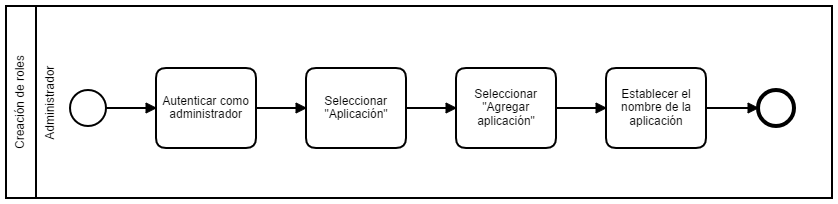
This is configuracion/imagenes/creacion_aplicacion_nodo.png from udistrital/arquitectura_docs, a BPMN export, as it was before one commit. Its source is kept beside it as configuracion/imagenes/creacion_aplicacion_nodo.bpmn. Ids are renumbered. Source of this version:
```xml
<bpmn:definitions xmlns:bpmn="http://www.omg.org/spec/BPMN/20100524/MODEL" xmlns:bpmndi="http://www.omg.org/spec/BPMN/20100524/DI" xmlns:di="http://www.omg.org/spec/DD/20100524/DI" xmlns:dc="http://www.omg.org/spec/DD/20100524/DC" id="Definitions_n1" targetNamespace="http://bpmn.io/schema/bpmn" exporter="Camunda Modeler" exporterVersion="1.14.0">
  <bpmn:collaboration id="Collaboration_n2">
    <bpmn:participant id="Participant_n3" name="Creación de roles" processRef="Process_1" />
  </bpmn:collaboration>
  <bpmn:process id="Process_1" isExecutable="true">
    <bpmn:laneSet>
      <bpmn:lane id="Lane_n4" name="Administrador">
        <bpmn:flowNodeRef>StartEvent_n5</bpmn:flowNodeRef>
        <bpmn:flowNodeRef>Task_n6</bpmn:flowNodeRef>
        <bpmn:flowNodeRef>Task_n7</bpmn:flowNodeRef>
        <bpmn:flowNodeRef>Task_n8</bpmn:flowNodeRef>
        <bpmn:flowNodeRef>Task_n9</bpmn:flowNodeRef>
        <bpmn:flowNodeRef>EndEvent_n10</bpmn:flowNodeRef>
      </bpmn:lane>
    </bpmn:laneSet>
    <bpmn:startEvent id="StartEvent_n5">
      <bpmn:outgoing>SequenceFlow_n11</bpmn:outgoing>
    </bpmn:startEvent>
    <bpmn:task id="Task_n6" name="Autenticar como administrador">
      <bpmn:incoming>SequenceFlow_n11</bpmn:incoming>
      <bpmn:outgoing>SequenceFlow_n12</bpmn:outgoing>
    </bpmn:task>
    <bpmn:task id="Task_n7" name="Seleccionar &#34;Aplicación&#34;">
      <bpmn:incoming>SequenceFlow_n12</bpmn:incoming>
      <bpmn:outgoing>SequenceFlow_n13</bpmn:outgoing>
    </bpmn:task>
    <bpmn:task id="Task_n8" name="Seleccionar &#34;Agregar aplicación&#34;">
      <bpmn:incoming>SequenceFlow_n13</bpmn:incoming>
      <bpmn:outgoing>SequenceFlow_n14</bpmn:outgoing>
    </bpmn:task>
    <bpmn:task id="Task_n9" name="Establecer el nombre de la aplicación">
      <bpmn:incoming>SequenceFlow_n14</bpmn:incoming>
      <bpmn:outgoing>SequenceFlow_n15</bpmn:outgoing>
    </bpmn:task>
    <bpmn:sequenceFlow id="SequenceFlow_n11" sourceRef="StartEvent_n5" targetRef="Task_n6" />
    <bpmn:sequenceFlow id="SequenceFlow_n12" sourceRef="Task_n6" targetRef="Task_n7" />
    <bpmn:sequenceFlow id="SequenceFlow_n13" sourceRef="Task_n7" targetRef="Task_n8" />
    <bpmn:sequenceFlow id="SequenceFlow_n14" sourceRef="Task_n8" targetRef="Task_n9" />
    <bpmn:sequenceFlow id="SequenceFlow_n15" sourceRef="Task_n9" targetRef="EndEvent_n10" />
    <bpmn:endEvent id="EndEvent_n10">
      <bpmn:incoming>SequenceFlow_n15</bpmn:incoming>
    </bpmn:endEvent>
  </bpmn:process>
  <bpmndi:BPMNDiagram id="BPMNDiagram_1">
    <bpmndi:BPMNPlane id="BPMNPlane_1" bpmnElement="Collaboration_n2">
      <bpmndi:BPMNShape id="Participant_n3_di" bpmnElement="Participant_n3">
        <dc:Bounds x="28" y="96" width="826" height="192" />
      </bpmndi:BPMNShape>
      <bpmndi:BPMNShape id="Lane_n4_di" bpmnElement="Lane_n4">
        <dc:Bounds x="58" y="96" width="796" height="192" />
      </bpmndi:BPMNShape>
      <bpmndi:BPMNShape id="StartEvent_n5_di" bpmnElement="StartEvent_n5">
        <dc:Bounds x="92" y="180" width="36" height="36" />
        <bpmndi:BPMNLabel>
          <dc:Bounds x="65" y="216" width="0" height="12" />
        </bpmndi:BPMNLabel>
      </bpmndi:BPMNShape>
      <bpmndi:BPMNShape id="Task_n6_di" bpmnElement="Task_n6">
        <dc:Bounds x="178" y="158" width="100" height="80" />
      </bpmndi:BPMNShape>
      <bpmndi:BPMNShape id="Task_n7_di" bpmnElement="Task_n7">
        <dc:Bounds x="328" y="158" width="100" height="80" />
      </bpmndi:BPMNShape>
      <bpmndi:BPMNShape id="Task_n8_di" bpmnElement="Task_n8">
        <dc:Bounds x="478" y="158" width="100" height="80" />
      </bpmndi:BPMNShape>
      <bpmndi:BPMNShape id="Task_n9_di" bpmnElement="Task_n9">
        <dc:Bounds x="628" y="158" width="100" height="80" />
      </bpmndi:BPMNShape>
      <bpmndi:BPMNShape id="EndEvent_n10_di" bpmnElement="EndEvent_n10">
        <dc:Bounds x="780" y="180" width="36" height="36" />
        <bpmndi:BPMNLabel>
          <dc:Bounds x="753" y="220" width="90" height="12" />
        </bpmndi:BPMNLabel>
      </bpmndi:BPMNShape>
      <bpmndi:BPMNEdge id="SequenceFlow_n11_di" bpmnElement="SequenceFlow_n11">
        <di:waypoint x="128" y="198" />
        <di:waypoint x="178" y="198" />
        <bpmndi:BPMNLabel>
          <dc:Bounds x="153" y="177" width="0" height="12" />
        </bpmndi:BPMNLabel>
      </bpmndi:BPMNEdge>
      <bpmndi:BPMNEdge id="SequenceFlow_n12_di" bpmnElement="SequenceFlow_n12">
        <di:waypoint x="278" y="198" />
        <di:waypoint x="328" y="198" />
        <bpmndi:BPMNLabel>
          <dc:Bounds x="303" y="177" width="0" height="12" />
        </bpmndi:BPMNLabel>
      </bpmndi:BPMNEdge>
      <bpmndi:BPMNEdge id="SequenceFlow_n13_di" bpmnElement="SequenceFlow_n13">
        <di:waypoint x="428" y="198" />
        <di:waypoint x="478" y="198" />
        <bpmndi:BPMNLabel>
          <dc:Bounds x="453" y="177" width="0" height="12" />
        </bpmndi:BPMNLabel>
      </bpmndi:BPMNEdge>
      <bpmndi:BPMNEdge id="SequenceFlow_n14_di" bpmnElement="SequenceFlow_n14">
        <di:waypoint x="578" y="198" />
        <di:waypoint x="628" y="198" />
        <bpmndi:BPMNLabel>
          <dc:Bounds x="603" y="177" width="0" height="12" />
        </bpmndi:BPMNLabel>
      </bpmndi:BPMNEdge>
      <bpmndi:BPMNEdge id="SequenceFlow_n15_di" bpmnElement="SequenceFlow_n15">
        <di:waypoint x="728" y="198" />
        <di:waypoint x="780" y="198" />
        <bpmndi:BPMNLabel>
          <dc:Bounds x="709" y="177" width="90" height="12" />
        </bpmndi:BPMNLabel>
      </bpmndi:BPMNEdge>
    </bpmndi:BPMNPlane>
  </bpmndi:BPMNDiagram>
</bpmn:definitions>
```
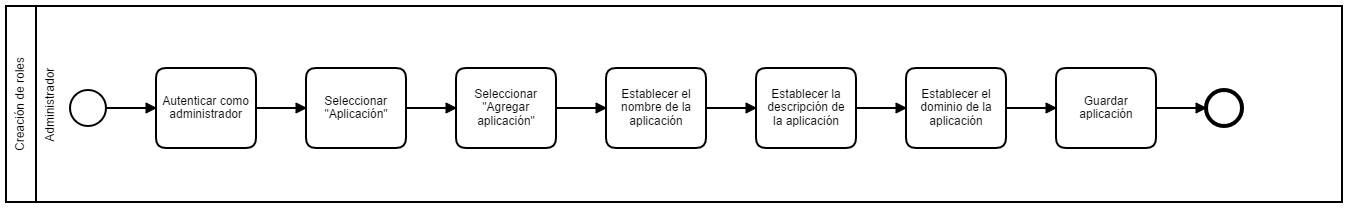
The same diagram one commit later.

Commit message:
diagrama de creación de aplicaciones

Change to the diagram source:
```diff
@@ -10,7 +10,10 @@
         <bpmn:flowNodeRef>Task_n7</bpmn:flowNodeRef>
         <bpmn:flowNodeRef>Task_n8</bpmn:flowNodeRef>
         <bpmn:flowNodeRef>Task_n9</bpmn:flowNodeRef>
-        <bpmn:flowNodeRef>EndEvent_n10</bpmn:flowNodeRef>
+        <bpmn:flowNodeRef>Task_n16</bpmn:flowNodeRef>
+        <bpmn:flowNodeRef>Task_n17</bpmn:flowNodeRef>
+        <bpmn:flowNodeRef>Task_n18</bpmn:flowNodeRef>
+        <bpmn:flowNodeRef>EndEvent_n19</bpmn:flowNodeRef>
       </bpmn:lane>
     </bpmn:laneSet>
     <bpmn:startEvent id="StartEvent_n5">
@@ -30,24 +33,39 @@
     </bpmn:task>
     <bpmn:task id="Task_n9" name="Establecer el nombre de la aplicación">
       <bpmn:incoming>SequenceFlow_n14</bpmn:incoming>
-      <bpmn:outgoing>SequenceFlow_n15</bpmn:outgoing>
+      <bpmn:outgoing>SequenceFlow_n20</bpmn:outgoing>
     </bpmn:task>
     <bpmn:sequenceFlow id="SequenceFlow_n11" sourceRef="StartEvent_n5" targetRef="Task_n6" />
     <bpmn:sequenceFlow id="SequenceFlow_n12" sourceRef="Task_n6" targetRef="Task_n7" />
     <bpmn:sequenceFlow id="SequenceFlow_n13" sourceRef="Task_n7" targetRef="Task_n8" />
     <bpmn:sequenceFlow id="SequenceFlow_n14" sourceRef="Task_n8" targetRef="Task_n9" />
-    <bpmn:sequenceFlow id="SequenceFlow_n15" sourceRef="Task_n9" targetRef="EndEvent_n10" />
-    <bpmn:endEvent id="EndEvent_n10">
-      <bpmn:incoming>SequenceFlow_n15</bpmn:incoming>
+    <bpmn:task id="Task_n16" name="Establecer la descripción de la aplicación">
+      <bpmn:incoming>SequenceFlow_n20</bpmn:incoming>
+      <bpmn:outgoing>SequenceFlow_n21</bpmn:outgoing>
+    </bpmn:task>
+    <bpmn:sequenceFlow id="SequenceFlow_n20" sourceRef="Task_n9" targetRef="Task_n16" />
+    <bpmn:task id="Task_n17" name="Establecer el dominio de la aplicación">
+      <bpmn:incoming>SequenceFlow_n21</bpmn:incoming>
+      <bpmn:outgoing>SequenceFlow_n22</bpmn:outgoing>
+    </bpmn:task>
+    <bpmn:sequenceFlow id="SequenceFlow_n21" sourceRef="Task_n16" targetRef="Task_n17" />
+    <bpmn:task id="Task_n18" name="Guardar aplicación">
+      <bpmn:incoming>SequenceFlow_n22</bpmn:incoming>
+      <bpmn:outgoing>SequenceFlow_n23</bpmn:outgoing>
+    </bpmn:task>
+    <bpmn:sequenceFlow id="SequenceFlow_n22" sourceRef="Task_n17" targetRef="Task_n18" />
+    <bpmn:endEvent id="EndEvent_n19">
+      <bpmn:incoming>SequenceFlow_n23</bpmn:incoming>
     </bpmn:endEvent>
+    <bpmn:sequenceFlow id="SequenceFlow_n23" sourceRef="Task_n18" targetRef="EndEvent_n19" />
   </bpmn:process>
   <bpmndi:BPMNDiagram id="BPMNDiagram_1">
     <bpmndi:BPMNPlane id="BPMNPlane_1" bpmnElement="Collaboration_n2">
       <bpmndi:BPMNShape id="Participant_n3_di" bpmnElement="Participant_n3">
-        <dc:Bounds x="28" y="96" width="826" height="192" />
+        <dc:Bounds x="28" y="96" width="1336" height="196" />
       </bpmndi:BPMNShape>
       <bpmndi:BPMNShape id="Lane_n4_di" bpmnElement="Lane_n4">
-        <dc:Bounds x="58" y="96" width="796" height="192" />
+        <dc:Bounds x="58" y="96" width="1306" height="196" />
       </bpmndi:BPMNShape>
       <bpmndi:BPMNShape id="StartEvent_n5_di" bpmnElement="StartEvent_n5">
         <dc:Bounds x="92" y="180" width="36" height="36" />
@@ -66,12 +84,6 @@
       </bpmndi:BPMNShape>
       <bpmndi:BPMNShape id="Task_n9_di" bpmnElement="Task_n9">
         <dc:Bounds x="628" y="158" width="100" height="80" />
-      </bpmndi:BPMNShape>
-      <bpmndi:BPMNShape id="EndEvent_n10_di" bpmnElement="EndEvent_n10">
-        <dc:Bounds x="780" y="180" width="36" height="36" />
-        <bpmndi:BPMNLabel>
-          <dc:Bounds x="753" y="220" width="90" height="12" />
-        </bpmndi:BPMNLabel>
       </bpmndi:BPMNShape>
       <bpmndi:BPMNEdge id="SequenceFlow_n11_di" bpmnElement="SequenceFlow_n11">
         <di:waypoint x="128" y="198" />
@@ -101,11 +113,47 @@
           <dc:Bounds x="603" y="177" width="0" height="12" />
         </bpmndi:BPMNLabel>
       </bpmndi:BPMNEdge>
-      <bpmndi:BPMNEdge id="SequenceFlow_n15_di" bpmnElement="SequenceFlow_n15">
+      <bpmndi:BPMNShape id="Task_n16_di" bpmnElement="Task_n16">
+        <dc:Bounds x="778" y="158" width="100" height="80" />
+      </bpmndi:BPMNShape>
+      <bpmndi:BPMNEdge id="SequenceFlow_n20_di" bpmnElement="SequenceFlow_n20">
         <di:waypoint x="728" y="198" />
-        <di:waypoint x="780" y="198" />
+        <di:waypoint x="778" y="198" />
         <bpmndi:BPMNLabel>
-          <dc:Bounds x="709" y="177" width="90" height="12" />
+          <dc:Bounds x="753" y="177" width="0" height="12" />
+        </bpmndi:BPMNLabel>
+      </bpmndi:BPMNEdge>
+      <bpmndi:BPMNShape id="Task_n17_di" bpmnElement="Task_n17">
+        <dc:Bounds x="928" y="158" width="100" height="80" />
+      </bpmndi:BPMNShape>
+      <bpmndi:BPMNEdge id="SequenceFlow_n21_di" bpmnElement="SequenceFlow_n21">
+        <di:waypoint x="878" y="198" />
+        <di:waypoint x="928" y="198" />
+        <bpmndi:BPMNLabel>
+          <dc:Bounds x="903" y="177" width="0" height="12" />
+        </bpmndi:BPMNLabel>
+      </bpmndi:BPMNEdge>
+      <bpmndi:BPMNShape id="Task_n18_di" bpmnElement="Task_n18">
+        <dc:Bounds x="1078" y="158" width="100" height="80" />
+      </bpmndi:BPMNShape>
+      <bpmndi:BPMNEdge id="SequenceFlow_n22_di" bpmnElement="SequenceFlow_n22">
+        <di:waypoint x="1028" y="198" />
+        <di:waypoint x="1078" y="198" />
+        <bpmndi:BPMNLabel>
+          <dc:Bounds x="1053" y="177" width="0" height="12" />
+        </bpmndi:BPMNLabel>
+      </bpmndi:BPMNEdge>
+      <bpmndi:BPMNShape id="EndEvent_n19_di" bpmnElement="EndEvent_n19">
+        <dc:Bounds x="1228" y="180" width="36" height="36" />
+        <bpmndi:BPMNLabel>
+          <dc:Bounds x="1246" y="220" width="0" height="12" />
+        </bpmndi:BPMNLabel>
+      </bpmndi:BPMNShape>
+      <bpmndi:BPMNEdge id="SequenceFlow_n23_di" bpmnElement="SequenceFlow_n23">
+        <di:waypoint x="1178" y="198" />
+        <di:waypoint x="1228" y="198" />
+        <bpmndi:BPMNLabel>
+          <dc:Bounds x="1203" y="177" width="0" height="12" />
         </bpmndi:BPMNLabel>
       </bpmndi:BPMNEdge>
     </bpmndi:BPMNPlane>
```
